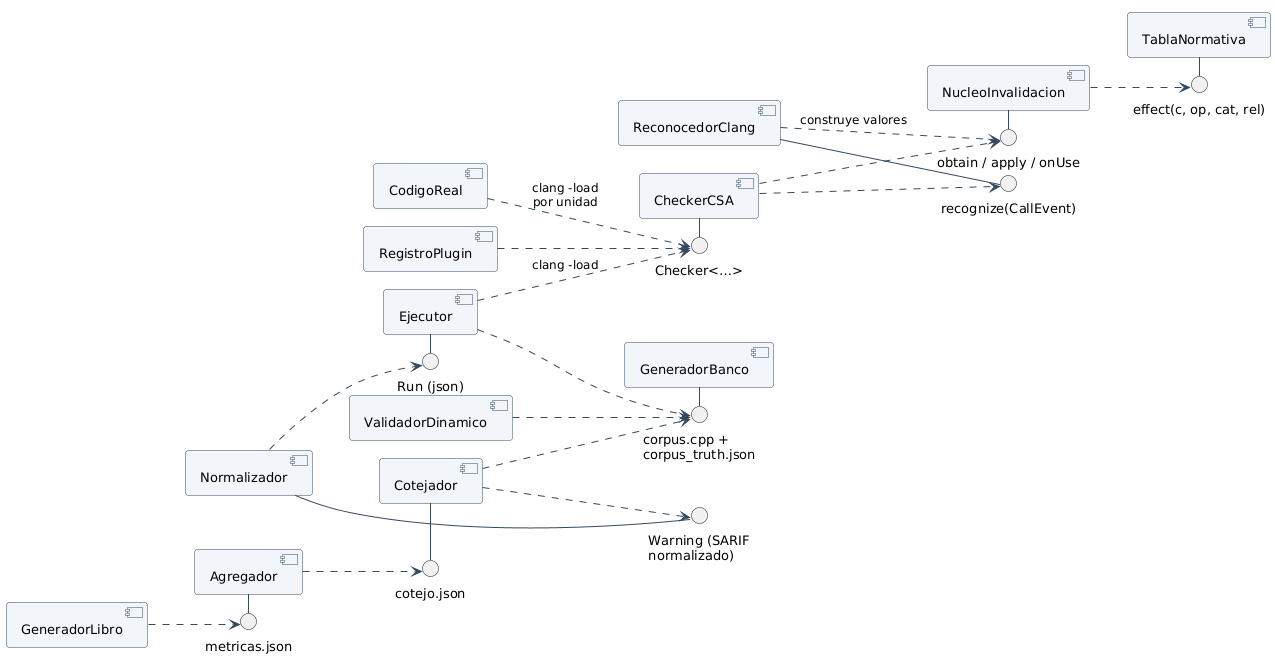
Above: libro/diagramas/png/7-componentes.png in jasrod12ucsm/checker (PlantUML), before the change. The source it was exported from:
```plantuml
@startuml
!include _estilo.iuml
left to right direction

component "TablaNormativa" as tab
component "NucleoInvalidacion" as core
component "ReconocedorClang" as acl
component "CheckerCSA" as shell
component "RegistroPlugin" as reg
component "GeneradorBanco" as gen
component "Ejecutor" as run
component "Normalizador" as norm
component "Cotejador" as match
component "Agregador" as agg
component "ValidadorDinamico" as din
component "GeneradorLibro" as book
component "CodigoReal" as real

interface "effect(c, op, cat, rel)" as IEffect
interface "obtain / apply / onUse" as IDecide
interface "recognize(CallEvent)" as IRecognize
interface "Checker<…>" as ICsa
interface "corpus.cpp +\ncorpus_truth.json" as ICases
interface "Run (json)" as IRun
interface "Warning (SARIF\nnormalizado)" as IWarn
interface "cotejo.json" as IMatch
interface "metricas.json" as IMetrics

tab - IEffect
core - IDecide
acl - IRecognize
shell - ICsa
gen - ICases
run - IRun
norm - IWarn
match - IMatch
agg - IMetrics

core ..> IEffect
shell ..> IDecide
shell ..> IRecognize
acl ..> IDecide : construye valores
reg ..> ICsa
run ..> ICases
run ..> ICsa : clang -load
norm ..> IRun
match ..> IWarn
match ..> ICases
agg ..> IMatch
din ..> ICases
book ..> IMetrics
real ..> ICsa : clang -load\npor unidad
@enduml
```
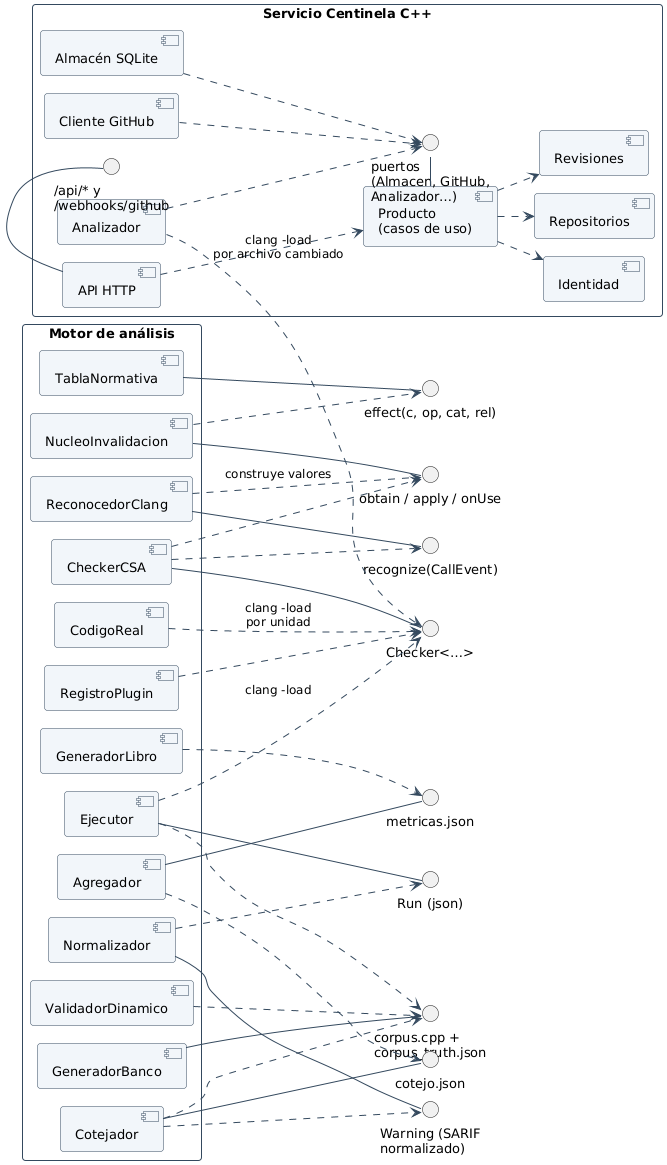
After the change.

Diff of the diagram source:
```diff
@@ -1,6 +1,30 @@
 @startuml
 !include _estilo.iuml
 left to right direction
+
+package "Servicio Centinela C++" {
+  component "API HTTP" as http
+  component "Producto\n(casos de uso)" as prod
+  component "Identidad" as ident
+  component "Repositorios" as repos
+  component "Revisiones" as revs
+  component "Almacén SQLite" as bd
+  component "Cliente GitHub" as gh
+  component "Analizador" as an
+  interface "/api/* y\n/webhooks/github" as IApi
+  interface "puertos\n(Almacen, GitHub,\nAnalizador…)" as IPuertos
+}
+http - IApi
+prod - IPuertos
+http ..> prod
+prod ..> ident
+prod ..> repos
+prod ..> revs
+bd ..> IPuertos
+gh ..> IPuertos
+an ..> IPuertos
+
+package "Motor de análisis" {
 
 component "TablaNormativa" as tab
 component "NucleoInvalidacion" as core
@@ -15,6 +39,8 @@
 component "ValidadorDinamico" as din
 component "GeneradorLibro" as book
 component "CodigoReal" as real
+
+}
 
 interface "effect(c, op, cat, rel)" as IEffect
 interface "obtain / apply / onUse" as IDecide
@@ -50,4 +76,5 @@
 din ..> ICases
 book ..> IMetrics
 real ..> ICsa : clang -load\npor unidad
+an ..> ICsa : clang -load\npor archivo cambiado
 @enduml
```
